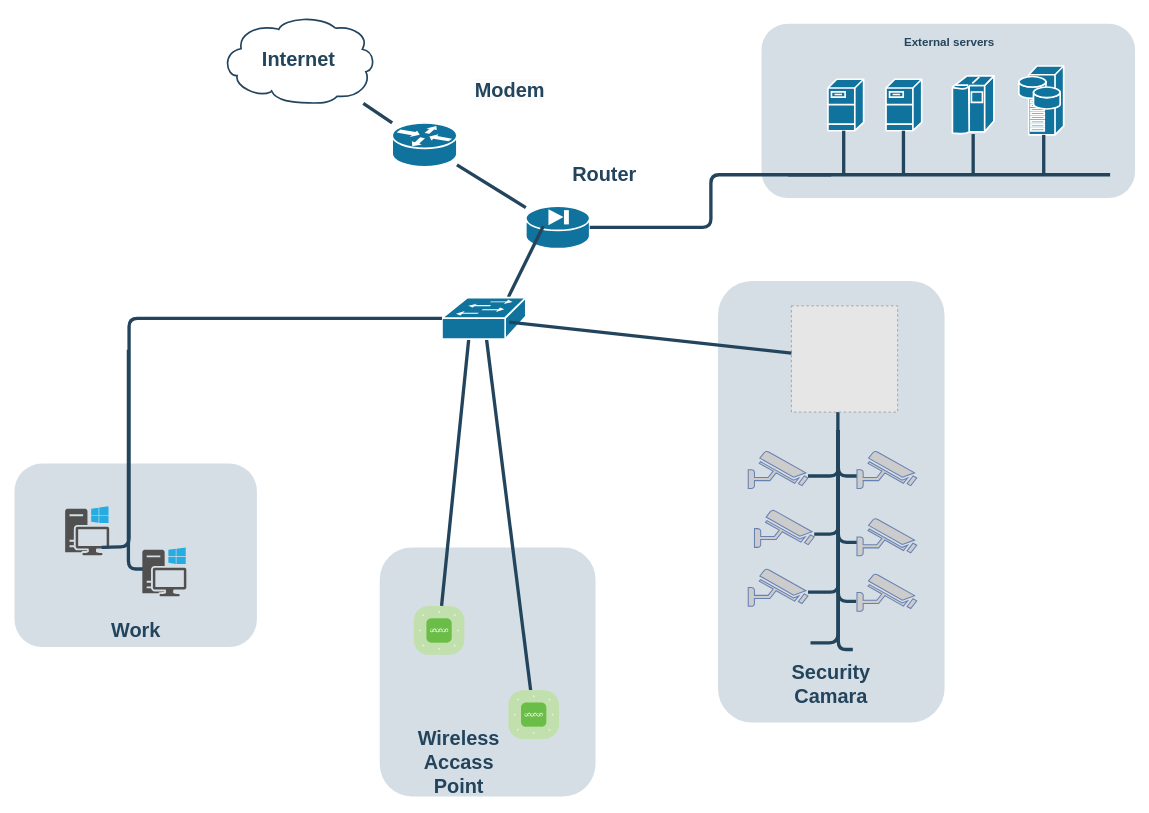
Earlier version of the draw.io diagram Diaagrama_SDM.drawio (0002itz/pruevas-registro-de-seguridad). Source tidied: cells renumbered, new cells numbered last; positions are measured from the earlier drawing's top-left corner, leaving out a move shared by most shapes. Both pictures are drawn from the tidied source at 83%, with x=0, y=0 at pixel (14, 15). Pictures stored in the file or linked from it are replaced by grey dashed boxes.
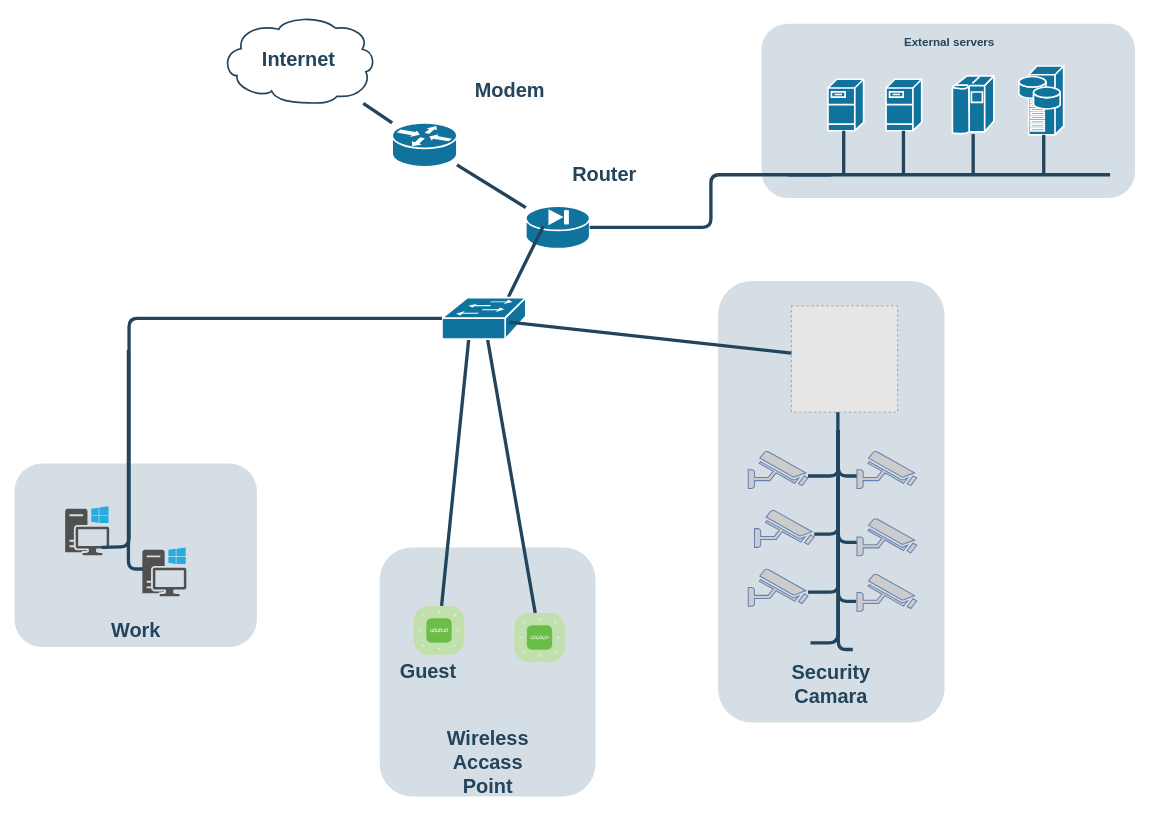
The same diagram, later.

The edit, as a diff of the source:
```diff
@@
     <mxCell id="30" value="&lt;font style=&quot;font-size: 24px;&quot; color=&quot;#23445d&quot;&gt;Wireless Accass Point&lt;/font&gt;" style="rounded=1;whiteSpace=wrap;html=1;strokeColor=none;fillColor=none;fontSize=14;fontColor=#742B21;align=center;fontStyle=1;" parent="1" vertex="1">
-      <mxGeometry x="481" y="891" width="109" height="19" as="geometry" />
+      <mxGeometry x="515.5" y="890" width="109" height="19" as="geometry" />
     </mxCell>
@@
     <mxCell id="39" style="verticalLabelPosition=bottom;sketch=0;html=1;fillColor=#6ABD46;strokeColor=#ffffff;verticalAlign=top;align=center;points=[[0.085,0.085,0],[0.915,0.085,0],[0.915,0.915,0],[0.085,0.915,0],[0.25,0,0],[0.5,0,0],[0.75,0,0],[1,0.25,0],[1,0.5,0],[1,0.75,0],[0.75,1,0],[0.5,1,0],[0.25,1,0],[0,0.75,0],[0,0.5,0],[0,0.25,0]];shape=mxgraph.cisco_safe.compositeIcon;bgIcon=mxgraph.cisco_safe.architecture.generic_appliance;resIcon=mxgraph.cisco_safe.architecture.wireless_access_point;" parent="1" vertex="1">
-      <mxGeometry x="595" y="813" width="61" height="59" as="geometry" />
+      <mxGeometry x="602" y="720" width="61" height="59" as="geometry" />
     </mxCell>
@@
+    <mxCell id="54" value="&lt;font style=&quot;font-size: 24px;&quot; color=&quot;#23445d&quot;&gt;Guest&lt;/font&gt;" style="rounded=1;whiteSpace=wrap;html=1;strokeColor=none;fillColor=none;fontSize=14;fontColor=#742B21;align=center;fontStyle=1;" parent="1" vertex="1">
+      <mxGeometry x="444" y="781.5" width="109" height="19" as="geometry" />
+    </mxCell>
```
